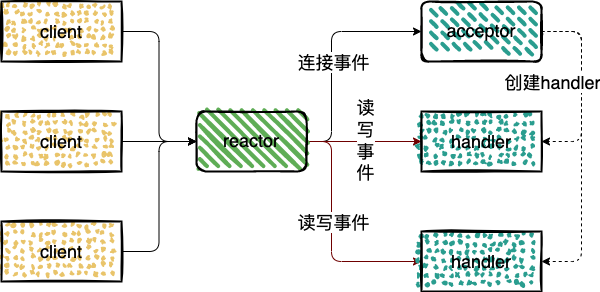
Before: img/redis/redis-reactor.png, a diagram exported from draw.io (boilingfrog/Go-POINT). Source tidied: cells renumbered, new cells last; positions are measured from the earlier drawing's top-left corner, leaving out a move shared by most shapes.
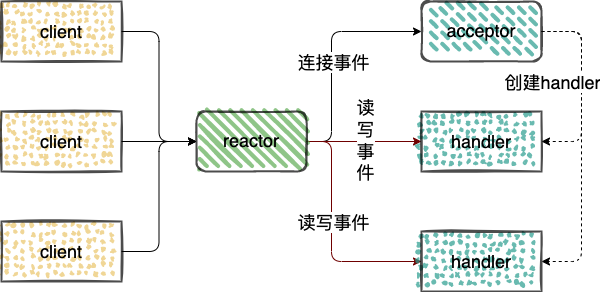
Above is the later version.

Commit message:
feat:redis 中的原子性

Change to the diagram source:
```diff
@@ -5,7 +5,7 @@
     <mxCell id="2" style="edgeStyle=orthogonalEdgeStyle;html=1;entryX=0;entryY=0.5;entryDx=0;entryDy=0;fontSize=18;" parent="1" edge="1" source="3" target="10">
       <mxGeometry relative="1" as="geometry" />
     </mxCell>
-    <mxCell id="3" value="&lt;font style=&quot;font-size: 18px&quot;&gt;client&lt;/font&gt;" style="rounded=0;whiteSpace=wrap;html=1;fontFamily=Helvetica;fontSize=12;fontColor=default;strokeColor=default;fillColor=#E9C46A;strokeWidth=2;fillWeight=2;hachureGap=8;fillStyle=dots;sketch=1;" parent="1" vertex="1">
+    <mxCell id="3" value="&lt;font style=&quot;font-size: 18px&quot;&gt;client&lt;/font&gt;" style="rounded=0;whiteSpace=wrap;html=1;fontFamily=Helvetica;fontSize=12;fontColor=default;strokeColor=default;fillColor=#E9C46A;strokeWidth=2;fillWeight=2;hachureGap=8;fillStyle=dots;sketch=1;opacity=70;" parent="1" vertex="1">
       <mxGeometry width="120" height="60" as="geometry" />
     </mxCell>
     <mxCell id="4" style="edgeStyle=orthogonalEdgeStyle;html=1;entryX=0;entryY=0.5;entryDx=0;entryDy=0;fontSize=18;" parent="1" edge="1" source="10" target="14">
@@ -42,7 +42,7 @@
         <mxPoint y="-16" as="offset" />
       </mxGeometry>
     </mxCell>
-    <mxCell id="10" value="&lt;font style=&quot;font-size: 18px&quot;&gt;reactor&lt;/font&gt;" style="rounded=1;whiteSpace=wrap;html=1;strokeWidth=2;fillWeight=4;hachureGap=8;hachureAngle=45;fillColor=#5FAD56;sketch=1;fontSize=16;" parent="1" vertex="1">
+    <mxCell id="10" value="&lt;font style=&quot;font-size: 18px&quot;&gt;reactor&lt;/font&gt;" style="rounded=1;whiteSpace=wrap;html=1;strokeWidth=2;fillWeight=4;hachureGap=8;hachureAngle=45;fillColor=#5FAD56;sketch=1;fontSize=16;opacity=70;" parent="1" vertex="1">
       <mxGeometry x="195" y="110" width="110" height="60" as="geometry" />
     </mxCell>
     <mxCell id="11" style="edgeStyle=orthogonalEdgeStyle;html=1;entryX=1;entryY=0.5;entryDx=0;entryDy=0;fontSize=18;dashed=1;" parent="1" edge="1" source="14" target="15">
@@ -66,25 +66,25 @@
         <mxPoint x="-29" y="-7" as="offset" />
       </mxGeometry>
     </mxCell>
-    <mxCell id="14" value="&lt;font style=&quot;font-size: 18px&quot;&gt;acceptor&lt;/font&gt;" style="rounded=1;whiteSpace=wrap;html=1;fontFamily=Helvetica;fontSize=16;fontColor=default;strokeColor=default;fillColor=#2A9D8F;strokeWidth=2;fillWeight=4;hachureGap=8;fillStyle=dashed;sketch=1;hachureAngle=45;" parent="1" vertex="1">
+    <mxCell id="14" value="&lt;font style=&quot;font-size: 18px&quot;&gt;acceptor&lt;/font&gt;" style="rounded=1;whiteSpace=wrap;html=1;fontFamily=Helvetica;fontSize=16;fontColor=default;strokeColor=default;fillColor=#2A9D8F;strokeWidth=2;fillWeight=4;hachureGap=8;fillStyle=dashed;sketch=1;hachureAngle=45;opacity=70;" parent="1" vertex="1">
       <mxGeometry x="420" width="120" height="60" as="geometry" />
     </mxCell>
-    <mxCell id="15" value="&lt;font style=&quot;font-size: 18px&quot;&gt;handler&lt;/font&gt;" style="rounded=0;whiteSpace=wrap;html=1;fontFamily=Helvetica;fontSize=12;fontColor=default;strokeColor=default;fillColor=#2A9D8F;strokeWidth=2;fillWeight=2;hachureGap=8;fillStyle=dots;sketch=1;hachureAngle=45;" parent="1" vertex="1">
+    <mxCell id="15" value="&lt;font style=&quot;font-size: 18px&quot;&gt;handler&lt;/font&gt;" style="rounded=0;whiteSpace=wrap;html=1;fontFamily=Helvetica;fontSize=12;fontColor=default;strokeColor=default;fillColor=#2A9D8F;strokeWidth=2;fillWeight=2;hachureGap=8;fillStyle=dots;sketch=1;hachureAngle=45;opacity=70;" parent="1" vertex="1">
       <mxGeometry x="420" y="110" width="120" height="60" as="geometry" />
     </mxCell>
-    <mxCell id="16" value="&lt;font style=&quot;font-size: 18px&quot;&gt;handler&lt;/font&gt;" style="rounded=0;whiteSpace=wrap;html=1;fontFamily=Helvetica;fontSize=12;fontColor=default;strokeColor=default;fillColor=#2A9D8F;strokeWidth=2;fillWeight=2;hachureGap=8;fillStyle=dots;sketch=1;hachureAngle=45;" parent="1" vertex="1">
+    <mxCell id="16" value="&lt;font style=&quot;font-size: 18px&quot;&gt;handler&lt;/font&gt;" style="rounded=0;whiteSpace=wrap;html=1;fontFamily=Helvetica;fontSize=12;fontColor=default;strokeColor=default;fillColor=#2A9D8F;strokeWidth=2;fillWeight=2;hachureGap=8;fillStyle=dots;sketch=1;hachureAngle=45;opacity=70;" parent="1" vertex="1">
       <mxGeometry x="420" y="230" width="120" height="60" as="geometry" />
     </mxCell>
     <mxCell id="17" style="edgeStyle=orthogonalEdgeStyle;html=1;entryX=0;entryY=0.5;entryDx=0;entryDy=0;fontSize=18;" parent="1" edge="1" source="18" target="10">
       <mxGeometry relative="1" as="geometry" />
     </mxCell>
-    <mxCell id="18" value="&lt;font style=&quot;font-size: 18px&quot;&gt;client&lt;/font&gt;" style="rounded=0;whiteSpace=wrap;html=1;fontFamily=Helvetica;fontSize=12;fontColor=default;strokeColor=default;fillColor=#E9C46A;strokeWidth=2;fillWeight=2;hachureGap=8;fillStyle=dots;sketch=1;" parent="1" vertex="1">
+    <mxCell id="18" value="&lt;font style=&quot;font-size: 18px&quot;&gt;client&lt;/font&gt;" style="rounded=0;whiteSpace=wrap;html=1;fontFamily=Helvetica;fontSize=12;fontColor=default;strokeColor=default;fillColor=#E9C46A;strokeWidth=2;fillWeight=2;hachureGap=8;fillStyle=dots;sketch=1;opacity=70;" parent="1" vertex="1">
       <mxGeometry y="110" width="120" height="60" as="geometry" />
     </mxCell>
     <mxCell id="19" style="edgeStyle=orthogonalEdgeStyle;html=1;entryX=0;entryY=0.5;entryDx=0;entryDy=0;fontSize=18;" parent="1" edge="1" source="20" target="10">
       <mxGeometry relative="1" as="geometry" />
     </mxCell>
-    <mxCell id="20" value="&lt;font style=&quot;font-size: 18px&quot;&gt;client&lt;/font&gt;" style="rounded=0;whiteSpace=wrap;html=1;fontFamily=Helvetica;fontSize=12;fontColor=default;strokeColor=default;fillColor=#E9C46A;strokeWidth=2;fillWeight=2;hachureGap=8;fillStyle=dots;sketch=1;" parent="1" vertex="1">
+    <mxCell id="20" value="&lt;font style=&quot;font-size: 18px&quot;&gt;client&lt;/font&gt;" style="rounded=0;whiteSpace=wrap;html=1;fontFamily=Helvetica;fontSize=12;fontColor=default;strokeColor=default;fillColor=#E9C46A;strokeWidth=2;fillWeight=2;hachureGap=8;fillStyle=dots;sketch=1;opacity=70;" parent="1" vertex="1">
       <mxGeometry y="220" width="120" height="60" as="geometry" />
     </mxCell>
   </root>
```
